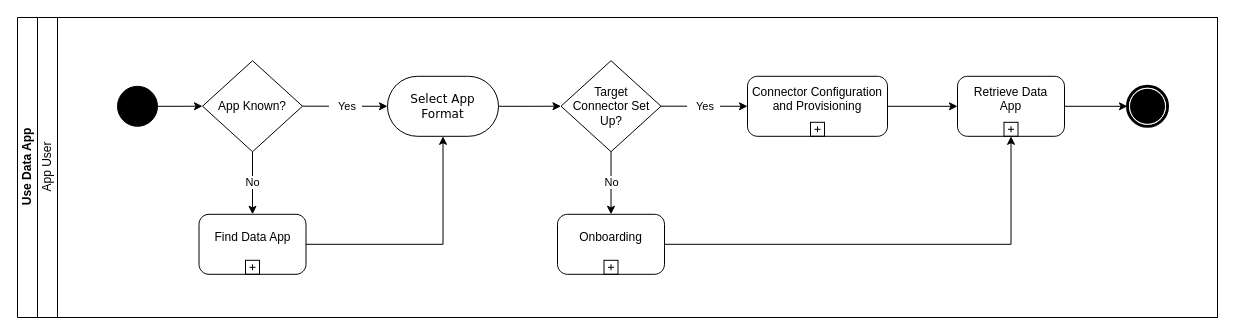
International-Data-Spaces-Association/IDS-RAM_4_0 keeps this draw.io diagram as page "Page-1" (1 of 2) of documentation/3_Layers_of_the_Reference_Architecture_Model/3_3_Process_Layer/media/use-data-app-process.drawio. Above is the earlier version. Source tidied: cells renumbered, new cells numbered last; positions are measured from the earlier drawing's top-left corner, leaving out a move shared by most shapes. Both pictures are drawn from the tidied source at 100%, with x=0, y=0 at pixel (17, 17).
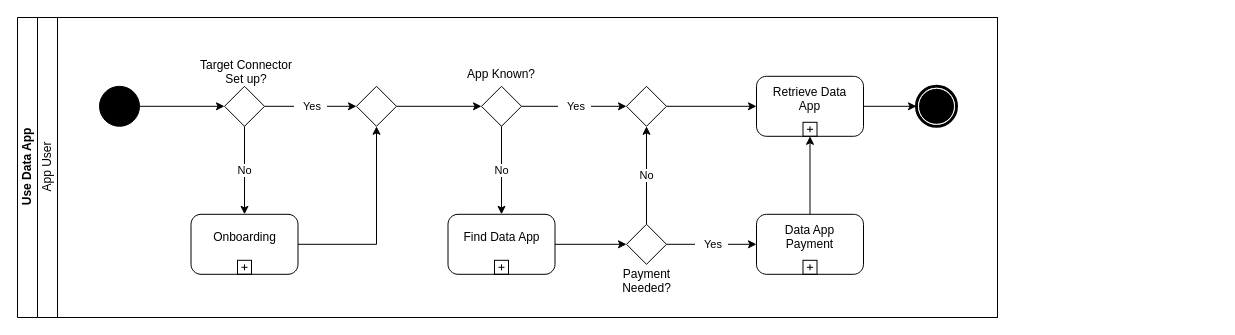
The same diagram, later.

Commit message (it also covers changes not shown here):
update process figures

What changed in the source:
```diff
@@
     <mxCell id="2" value="Use Data App" style="swimlane;html=1;horizontal=0;startSize=20;flipH=0;direction=east;" parent="1" vertex="1">
-      <mxGeometry width="1200" height="300" as="geometry" />
+      <mxGeometry width="980" height="300" as="geometry" />
     </mxCell>
     <mxCell id="3" value="App User" style="swimlane;html=1;startSize=20;horizontal=0;fontStyle=0;" parent="2" vertex="1">
-      <mxGeometry x="20" width="1180" height="300" as="geometry" />
+      <mxGeometry x="20" width="960" height="300" as="geometry" />
     </mxCell>
-    <mxCell id="4" style="edgeStyle=orthogonalEdgeStyle;rounded=0;jettySize=auto;html=1;entryX=0;entryY=0.5;entryDx=0;entryDy=0;" parent="3" edge="1" source="5" target="10">
-      <mxGeometry relative="1" as="geometry" />
-    </mxCell>
-    <mxCell id="5" style="ellipse;whiteSpace=wrap;html=1;rounded=0;shadow=0;comic=0;labelBackgroundColor=none;strokeWidth=1;fillColor=#000000;fontFamily=Verdana;fontSize=12;align=center;" parent="3" vertex="1">
-      <mxGeometry x="80" y="68.8" width="40" height="40" as="geometry" />
-    </mxCell>
-    <mxCell id="6" style="edgeStyle=orthogonalEdgeStyle;rounded=0;jettySize=auto;html=1;entryX=0;entryY=0.5;entryDx=0;entryDy=0;exitX=1;exitY=0.5;exitDx=0;exitDy=0;exitPerimeter=0;" parent="3" edge="1" source="22" target="7">
-      <mxGeometry relative="1" as="geometry" />
-    </mxCell>
-    <mxCell id="7" style="shape=mxgraph.bpmn.shape;html=1;verticalLabelPosition=bottom;labelBackgroundColor=#ffffff;verticalAlign=top;perimeter=ellipsePerimeter;outline=end;symbol=terminate;rounded=0;shadow=0;comic=0;strokeWidth=1;fontFamily=Verdana;fontSize=12;align=center;" parent="3" vertex="1">
-      <mxGeometry x="1090" y="68.8" width="40" height="40" as="geometry" />
-    </mxCell>
-    <mxCell id="8" value="No" style="edgeStyle=orthogonalEdgeStyle;rounded=0;jettySize=auto;html=1;entryX=0.5;entryY=0;entryDx=0;entryDy=0;entryPerimeter=0;" parent="3" edge="1" source="10" target="12">
-      <mxGeometry relative="1" as="geometry" />
-    </mxCell>
-    <mxCell id="9" value="&amp;nbsp;&amp;nbsp; Yes&amp;nbsp;&amp;nbsp; " style="edgeStyle=orthogonalEdgeStyle;rounded=0;jettySize=auto;html=1;entryX=0;entryY=0.5;entryDx=0;entryDy=0;" parent="3" edge="1" source="10" target="14">
-      <mxGeometry relative="1" as="geometry" />
-    </mxCell>
+    <mxCell id="23" style="edgeStyle=orthogonalEdgeStyle;rounded=0;jettySize=auto;html=1;entryX=0;entryY=0.5;entryDx=0;entryDy=0;" parent="3" edge="1" source="24" target="34">
+      <mxGeometry relative="1" as="geometry" />
+    </mxCell>
+    <mxCell id="24" style="ellipse;whiteSpace=wrap;html=1;rounded=0;shadow=0;comic=0;labelBackgroundColor=none;strokeWidth=1;fillColor=#000000;fontFamily=Verdana;fontSize=12;align=center;" parent="3" vertex="1">
+      <mxGeometry x="62" y="68.8" width="40" height="40" as="geometry" />
+    </mxCell>
+    <mxCell id="25" value="No" style="edgeStyle=orthogonalEdgeStyle;rounded=0;jettySize=auto;html=1;entryX=0.5;entryY=0;entryDx=0;entryDy=0;entryPerimeter=0;exitX=0.5;exitY=1;exitDx=0;exitDy=0;" parent="3" edge="1" source="34" target="19">
+      <mxGeometry relative="1" as="geometry" />
+    </mxCell>
+    <mxCell id="26" value="&amp;nbsp;&amp;nbsp; Yes&amp;nbsp;&amp;nbsp; " style="edgeStyle=orthogonalEdgeStyle;rounded=0;jettySize=auto;html=1;entryX=0;entryY=0.5;entryDx=0;entryDy=0;exitX=1;exitY=0.5;exitDx=0;exitDy=0;" parent="3" edge="1" source="34" target="32">
+      <mxGeometry relative="1" as="geometry" />
+    </mxCell>
+    <mxCell id="27" style="edgeStyle=orthogonalEdgeStyle;rounded=0;jettySize=auto;html=1;entryX=0.5;entryY=1;entryDx=0;entryDy=0;" parent="3" edge="1" source="19" target="32">
+      <mxGeometry relative="1" as="geometry" />
+    </mxCell>
+    <mxCell id="19" value="Onboarding&#10;" style="points=[[0.25,0,0],[0.5,0,0],[0.75,0,0],[1,0.25,0],[1,0.5,0],[1,0.75,0],[0.75,1,0],[0.5,1,0],[0.25,1,0],[0,0.75,0],[0,0.5,0],[0,0.25,0]];shape=mxgraph.bpmn.task;whiteSpace=wrap;rectStyle=rounded;size=10;taskMarker=abstract;isLoopSub=1;fontSize=12;" parent="3" vertex="1">
+      <mxGeometry x="153.5" y="196.8" width="107" height="60" as="geometry" />
+    </mxCell>
+    <mxCell id="28" style="edgeStyle=orthogonalEdgeStyle;rounded=0;jettySize=auto;html=1;exitX=1;exitY=0.5;exitDx=0;exitDy=0;entryX=0;entryY=0.5;entryDx=0;entryDy=0;" parent="3" edge="1" source="32" target="33">
+      <mxGeometry relative="1" as="geometry" />
+    </mxCell>
+    <mxCell id="29" value="&amp;nbsp;&amp;nbsp; Yes&amp;nbsp;&amp;nbsp; " style="rounded=0;jettySize=auto;html=1;entryX=0;entryY=0.5;entryDx=0;entryDy=0;exitX=1;exitY=0.5;exitDx=0;exitDy=0;" parent="3" edge="1" source="33" target="42">
+      <mxGeometry relative="1" as="geometry" />
+    </mxCell>
+    <mxCell id="30" value="No" style="edgeStyle=orthogonalEdgeStyle;rounded=0;jettySize=auto;html=1;entryX=0.5;entryY=0;entryDx=0;entryDy=0;entryPerimeter=0;exitX=0.5;exitY=1;exitDx=0;exitDy=0;" parent="3" edge="1" source="33" target="12">
+      <mxGeometry relative="1" as="geometry" />
+    </mxCell>
+    <mxCell id="31" style="rounded=0;jettySize=auto;html=1;entryX=0;entryY=0.5;entryDx=0;entryDy=0;" parent="3" edge="1" source="12" target="37">
+      <mxGeometry relative="1" as="geometry" />
+    </mxCell>
+    <mxCell id="12" value="Find Data App&#10;" style="points=[[0.25,0,0],[0.5,0,0],[0.75,0,0],[1,0.25,0],[1,0.5,0],[1,0.75,0],[0.75,1,0],[0.5,1,0],[0.25,1,0],[0,0.75,0],[0,0.5,0],[0,0.25,0]];shape=mxgraph.bpmn.task;whiteSpace=wrap;rectStyle=rounded;size=10;taskMarker=abstract;isLoopSub=1;fontSize=12;" parent="3" vertex="1">
+      <mxGeometry x="410.5" y="196.8" width="107" height="60" as="geometry" />
+    </mxCell>
+    <mxCell id="32" style="rhombus;whiteSpace=wrap;html=1;" parent="3" vertex="1">
+      <mxGeometry x="319" y="68.8" width="40" height="40" as="geometry" />
+    </mxCell>
+    <mxCell id="33" style="rhombus;whiteSpace=wrap;html=1;" parent="3" vertex="1">
+      <mxGeometry x="444" y="68.8" width="40" height="40" as="geometry" />
+    </mxCell>
-    <mxCell id="10" value="App Known?" style="rhombus;whiteSpace=wrap;html=1;" parent="3" vertex="1">
-      <mxGeometry x="165" y="43.2" width="100" height="91" as="geometry" />
+    <mxCell id="10" value="App Known?" style="text;whiteSpace=wrap;html=1;align=center;" parent="3" vertex="1">
+      <mxGeometry x="409" y="42.5" width="110" height="21.2" as="geometry" />
     </mxCell>
-    <mxCell id="11" style="edgeStyle=orthogonalEdgeStyle;rounded=0;jettySize=auto;html=1;entryX=0.5;entryY=1;entryDx=0;entryDy=0;" parent="3" edge="1" source="12" target="14">
-      <mxGeometry relative="1" as="geometry" />
-    </mxCell>
-    <mxCell id="12" value="Find Data App&#10;" style="points=[[0.25,0,0],[0.5,0,0],[0.75,0,0],[1,0.25,0],[1,0.5,0],[1,0.75,0],[0.75,1,0],[0.5,1,0],[0.25,1,0],[0,0.75,0],[0,0.5,0],[0,0.25,0]];shape=mxgraph.bpmn.task;whiteSpace=wrap;rectStyle=rounded;size=10;taskMarker=abstract;isLoopSub=1;fontSize=12;" parent="3" vertex="1">
-      <mxGeometry x="161.5" y="196.8" width="107" height="60" as="geometry" />
-    </mxCell>
-    <mxCell id="13" style="edgeStyle=orthogonalEdgeStyle;rounded=0;jettySize=auto;html=1;" parent="3" edge="1" source="14" target="17">
-      <mxGeometry relative="1" as="geometry" />
-    </mxCell>
-    <mxCell id="14" value="Select App Format" style="rounded=1;whiteSpace=wrap;html=1;shadow=0;comic=0;labelBackgroundColor=none;strokeWidth=1;fontFamily=Verdana;fontSize=12;align=center;arcSize=50;" parent="3" vertex="1">
-      <mxGeometry x="350" y="58.8" width="111" height="60" as="geometry" />
-    </mxCell>
-    <mxCell id="15" value="&amp;nbsp;&amp;nbsp; Yes&amp;nbsp;&amp;nbsp; " style="edgeStyle=orthogonalEdgeStyle;rounded=0;jettySize=auto;html=1;entryX=0;entryY=0.5;entryDx=0;entryDy=0;entryPerimeter=0;" parent="3" edge="1" source="17" target="21">
-      <mxGeometry relative="1" as="geometry" />
-    </mxCell>
-    <mxCell id="16" value="No" style="edgeStyle=orthogonalEdgeStyle;rounded=0;jettySize=auto;html=1;entryX=0.5;entryY=0;entryDx=0;entryDy=0;entryPerimeter=0;" parent="3" edge="1" source="17" target="19">
-      <mxGeometry relative="1" as="geometry" />
-    </mxCell>
-    <mxCell id="17" value="&lt;div&gt;Target&lt;/div&gt;&lt;div&gt;Connector Set Up?&lt;/div&gt;" style="rhombus;whiteSpace=wrap;html=1;" parent="3" vertex="1">
-      <mxGeometry x="523.5" y="43.2" width="100" height="91" as="geometry" />
-    </mxCell>
-    <mxCell id="18" style="edgeStyle=orthogonalEdgeStyle;rounded=0;jettySize=auto;html=1;entryX=0.5;entryY=1;entryDx=0;entryDy=0;entryPerimeter=0;" parent="3" edge="1" source="19" target="22">
-      <mxGeometry relative="1" as="geometry" />
-    </mxCell>
-    <mxCell id="19" value="Onboarding&#10;" style="points=[[0.25,0,0],[0.5,0,0],[0.75,0,0],[1,0.25,0],[1,0.5,0],[1,0.75,0],[0.75,1,0],[0.5,1,0],[0.25,1,0],[0,0.75,0],[0,0.5,0],[0,0.25,0]];shape=mxgraph.bpmn.task;whiteSpace=wrap;rectStyle=rounded;size=10;taskMarker=abstract;isLoopSub=1;fontSize=12;" parent="3" vertex="1">
-      <mxGeometry x="520" y="196.8" width="107" height="60" as="geometry" />
-    </mxCell>
-    <mxCell id="20" style="edgeStyle=orthogonalEdgeStyle;rounded=0;jettySize=auto;html=1;entryX=0;entryY=0.5;entryDx=0;entryDy=0;entryPerimeter=0;" parent="3" edge="1" source="21" target="22">
-      <mxGeometry relative="1" as="geometry" />
-    </mxCell>
-    <mxCell id="21" value="Connector Configuration and Provisioning&#10;" style="points=[[0.25,0,0],[0.5,0,0],[0.75,0,0],[1,0.25,0],[1,0.5,0],[1,0.75,0],[0.75,1,0],[0.5,1,0],[0.25,1,0],[0,0.75,0],[0,0.5,0],[0,0.25,0]];shape=mxgraph.bpmn.task;whiteSpace=wrap;rectStyle=rounded;size=10;taskMarker=abstract;isLoopSub=1;fontSize=12;" parent="3" vertex="1">
-      <mxGeometry x="710" y="58.8" width="140" height="60" as="geometry" />
-    </mxCell>
+    <mxCell id="34" style="rhombus;whiteSpace=wrap;html=1;" parent="3" vertex="1">
+      <mxGeometry x="187" y="68.8" width="40" height="40" as="geometry" />
+    </mxCell>
+    <mxCell id="35" value="Target Connector Set up?" style="text;whiteSpace=wrap;html=1;align=center;" parent="3" vertex="1">
+      <mxGeometry x="153.5" y="33.8" width="110" height="30" as="geometry" />
+    </mxCell>
     <mxCell id="22" value="Retrieve Data&#10;App&#10;" style="points=[[0.25,0,0],[0.5,0,0],[0.75,0,0],[1,0.25,0],[1,0.5,0],[1,0.75,0],[0.75,1,0],[0.5,1,0],[0.25,1,0],[0,0.75,0],[0,0.5,0],[0,0.25,0]];shape=mxgraph.bpmn.task;whiteSpace=wrap;rectStyle=rounded;size=10;taskMarker=abstract;isLoopSub=1;fontSize=12;" parent="3" vertex="1">
-      <mxGeometry x="920" y="58.8" width="107" height="60" as="geometry" />
+      <mxGeometry x="719" y="58.8" width="107" height="60" as="geometry" />
     </mxCell>
+    <mxCell id="36" value="No" style="edgeStyle=none;rounded=0;jettySize=auto;html=1;entryX=0.5;entryY=1;entryDx=0;entryDy=0;exitX=0.5;exitY=0;exitDx=0;exitDy=0;" parent="3" edge="1" source="37" target="42">
+      <mxGeometry relative="1" as="geometry" />
+    </mxCell>
+    <mxCell id="37" style="rhombus;whiteSpace=wrap;html=1;" parent="3" vertex="1">
+      <mxGeometry x="589" y="206.8" width="40" height="40" as="geometry" />
+    </mxCell>
+    <mxCell id="38" value="&amp;nbsp;&amp;nbsp; Yes&amp;nbsp;&amp;nbsp; " style="rounded=0;jettySize=auto;html=1;exitX=1;exitY=0.5;exitDx=0;exitDy=0;entryX=0;entryY=0.5;entryDx=0;entryDy=0;entryPerimeter=0;" parent="3" edge="1" source="37" target="40">
+      <mxGeometry relative="1" as="geometry" />
+    </mxCell>
+    <mxCell id="39" style="edgeStyle=none;rounded=0;jettySize=auto;html=1;entryX=0.5;entryY=1;entryDx=0;entryDy=0;entryPerimeter=0;" parent="3" edge="1" source="40" target="22">
+      <mxGeometry relative="1" as="geometry" />
+    </mxCell>
+    <mxCell id="40" value="Data App&#10;Payment&#10;" style="points=[[0.25,0,0],[0.5,0,0],[0.75,0,0],[1,0.25,0],[1,0.5,0],[1,0.75,0],[0.75,1,0],[0.5,1,0],[0.25,1,0],[0,0.75,0],[0,0.5,0],[0,0.25,0]];shape=mxgraph.bpmn.task;whiteSpace=wrap;rectStyle=rounded;size=10;taskMarker=abstract;isLoopSub=1;fontSize=12;" parent="3" vertex="1">
+      <mxGeometry x="719" y="196.8" width="107" height="60" as="geometry" />
+    </mxCell>
+    <mxCell id="41" style="edgeStyle=none;rounded=0;jettySize=auto;html=1;entryX=0;entryY=0.5;entryDx=0;entryDy=0;entryPerimeter=0;" parent="3" edge="1" source="42" target="22">
+      <mxGeometry relative="1" as="geometry" />
+    </mxCell>
+    <mxCell id="42" style="rhombus;whiteSpace=wrap;html=1;" parent="3" vertex="1">
+      <mxGeometry x="589" y="68.8" width="40" height="40" as="geometry" />
+    </mxCell>
+    <mxCell id="43" style="shape=mxgraph.bpmn.shape;html=1;verticalLabelPosition=bottom;labelBackgroundColor=#ffffff;verticalAlign=top;perimeter=ellipsePerimeter;outline=end;symbol=terminate;rounded=0;shadow=0;comic=0;strokeWidth=1;fontFamily=Verdana;fontSize=12;align=center;" parent="1" vertex="1">
+      <mxGeometry x="899" y="68.8" width="40" height="40" as="geometry" />
+    </mxCell>
+    <mxCell id="44" style="rounded=0;jettySize=auto;html=1;entryX=0;entryY=0.5;entryDx=0;entryDy=0;exitX=1;exitY=0.5;exitDx=0;exitDy=0;exitPerimeter=0;" parent="1" edge="1" source="22" target="43">
+      <mxGeometry relative="1" as="geometry" />
+    </mxCell>
+    <mxCell id="45" value="Payment Needed?" style="text;whiteSpace=wrap;html=1;align=center;" parent="1" vertex="1">
+      <mxGeometry x="581.5" y="243" width="95" height="43.2" as="geometry" />
+    </mxCell>
```
